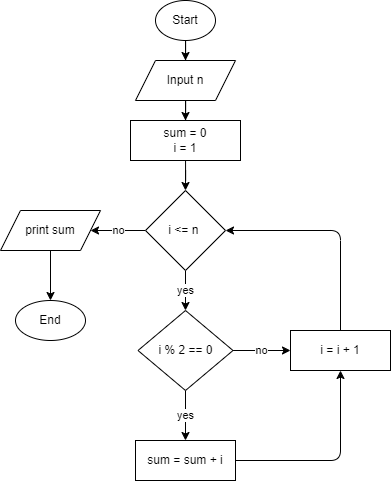
Earlier version of the draw.io export Bai 1/FlowChart_1b.drawio.png (QuocNGN/flow-chart-code). Source tidied: cells renumbered, new cells last; positions are measured from the earlier drawing's top-left corner, leaving out a move shared by most shapes.
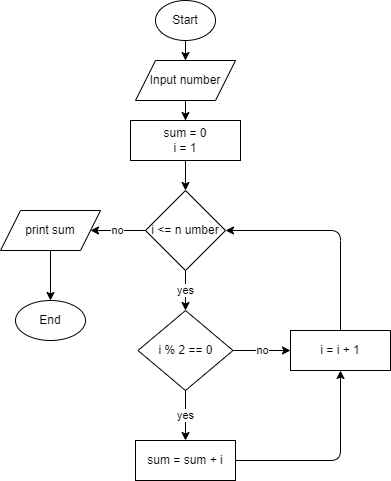
The same file after the commit.

Diff of the diagram source:
```diff
@@ -21,7 +21,7 @@
     <mxCell id="6" style="edgeStyle=orthogonalEdgeStyle;rounded=0;jettySize=auto;html=1;entryX=0.5;entryY=0;entryDx=0;entryDy=0;" parent="1" edge="1" source="7" target="9">
       <mxGeometry relative="1" as="geometry" />
     </mxCell>
-    <mxCell id="7" value="Input n" style="shape=parallelogram;perimeter=parallelogramPerimeter;whiteSpace=wrap;html=1;fixedSize=1;" parent="1" vertex="1">
+    <mxCell id="7" value="Input number" style="shape=parallelogram;perimeter=parallelogramPerimeter;whiteSpace=wrap;html=1;fixedSize=1;" parent="1" vertex="1">
       <mxGeometry x="135" y="60" width="100" height="40" as="geometry" />
     </mxCell>
     <mxCell id="8" style="edgeStyle=orthogonalEdgeStyle;rounded=0;jettySize=auto;html=1;entryX=0.5;entryY=0;entryDx=0;entryDy=0;" parent="1" edge="1" source="9" target="12">
@@ -36,7 +36,7 @@
     <mxCell id="11" value="no" style="edgeStyle=none;html=1;exitX=0;exitY=0.5;exitDx=0;exitDy=0;entryX=1;entryY=0.5;entryDx=0;entryDy=0;" parent="1" edge="1" source="12" target="14">
       <mxGeometry relative="1" as="geometry" />
     </mxCell>
-    <mxCell id="12" value="i &amp;lt;= n&amp;nbsp;" style="rhombus;whiteSpace=wrap;html=1;" parent="1" vertex="1">
+    <mxCell id="12" value="i &amp;lt;= n umber" style="rhombus;whiteSpace=wrap;html=1;" parent="1" vertex="1">
       <mxGeometry x="145" y="190" width="80" height="80" as="geometry" />
     </mxCell>
     <mxCell id="13" style="edgeStyle=orthogonalEdgeStyle;rounded=0;jettySize=auto;html=1;exitX=0.5;exitY=1;exitDx=0;exitDy=0;entryX=0.5;entryY=0;entryDx=0;entryDy=0;" parent="1" edge="1" source="14" target="15">
```
